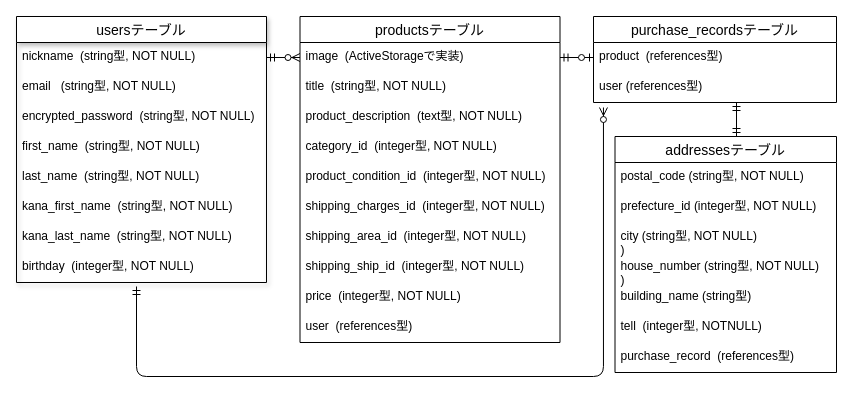
Before: page "ページ1" (1 of 2) of furima_ER.dio in hana-0612/furima-36029, a draw.io diagram. Source tidied: cells renumbered, new cells numbered last; positions are measured from the earlier drawing's top-left corner, leaving out a move shared by most shapes. Both pictures are drawn from the tidied source at 100%, with x=0, y=0 at pixel (16, 16).
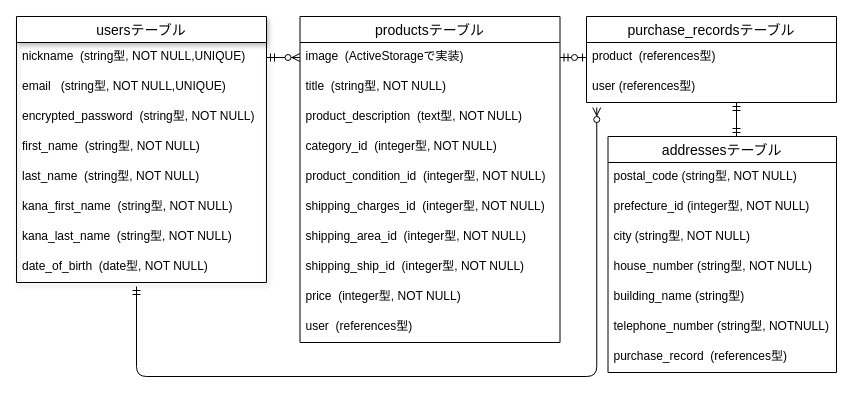
Above is the later version.

Commit message (it also covers changes not shown here):
デーベース設計修正２

生年月日、電話番号の表記とoption、emailのoptionの修正。

The change refers to these unchanged cells:
```xml
<mxCell id="2" value="usersテーブル" style="swimlane;fontStyle=0;horizontal=1;startSize=26;align=center;fontSize=14;shadow=1;verticalAlign=middle;" parent="1" vertex="1">
  <mxGeometry width="250" height="266" as="geometry" />
</mxCell>
```

The edit, as a diff of the source:
```diff
@@
-    <mxCell id="3" value="nickname  (string型, NOT NULL)" style="text;strokeColor=none;fillColor=none;spacingLeft=4;spacingRight=4;overflow=hidden;points=[[0,0.5],[1,0.5]];portConstraint=eastwest;fontSize=12;" parent="2" vertex="1">
+    <mxCell id="3" value="nickname  (string型, NOT NULL,UNIQUE)" style="text;strokeColor=none;fillColor=none;spacingLeft=4;spacingRight=4;overflow=hidden;points=[[0,0.5],[1,0.5]];portConstraint=eastwest;fontSize=12;" parent="2" vertex="1">
       <mxGeometry y="26" width="250" height="30" as="geometry" />
     </mxCell>
-    <mxCell id="4" value="email   (string型, NOT NULL)" style="text;strokeColor=none;fillColor=none;spacingLeft=4;spacingRight=4;overflow=hidden;fontSize=12;" parent="2" vertex="1">
+    <mxCell id="4" value="email   (string型, NOT NULL,UNIQUE)" style="text;strokeColor=none;fillColor=none;spacingLeft=4;spacingRight=4;overflow=hidden;fontSize=12;" parent="2" vertex="1">
       <mxGeometry y="56" width="250" height="30" as="geometry" />
     </mxCell>
@@
-    <mxCell id="10" value="birthday  (integer型, NOT NULL)" style="text;strokeColor=none;fillColor=none;spacingLeft=4;spacingRight=4;overflow=hidden;fontSize=12;" parent="2" vertex="1">
+    <mxCell id="10" value="date_of_birth  (date型, NOT NULL)" style="text;strokeColor=none;fillColor=none;spacingLeft=4;spacingRight=4;overflow=hidden;fontSize=12;" parent="2" vertex="1">
       <mxGeometry y="236" width="250" height="30" as="geometry" />
     </mxCell>
@@
     <mxCell id="22" value="purchase_recordsテーブル" style="swimlane;fontStyle=0;horizontal=1;startSize=26;align=center;fontSize=14;fillColor=none;gradientColor=none;" parent="1" vertex="1">
-      <mxGeometry x="577" width="243" height="86" as="geometry" />
+      <mxGeometry x="570" width="250" height="86" as="geometry" />
     </mxCell>
     <mxCell id="23" value="product  (references型)" style="text;strokeColor=none;fillColor=none;spacingLeft=4;spacingRight=4;overflow=hidden;points=[[0,0.5],[1,0.5]];portConstraint=eastwest;fontSize=12;" parent="22" vertex="1">
-      <mxGeometry y="26" width="243" height="30" as="geometry" />
+      <mxGeometry y="26" width="250" height="30" as="geometry" />
     </mxCell>
     <mxCell id="24" value="user (references型)" style="text;strokeColor=none;fillColor=none;spacingLeft=4;spacingRight=4;overflow=hidden;points=[[0,0.5],[1,0.5]];portConstraint=eastwest;fontSize=12;" parent="22" vertex="1">
-      <mxGeometry y="56" width="243" height="30" as="geometry" />
+      <mxGeometry y="56" width="250" height="30" as="geometry" />
     </mxCell>
     <mxCell id="25" value="addressesテーブル" style="swimlane;fontStyle=0;horizontal=1;startSize=26;align=center;fontSize=14;fillColor=none;gradientColor=none;" parent="1" vertex="1">
-      <mxGeometry x="598.5" y="120" width="221.5" height="236" as="geometry" />
+      <mxGeometry x="591.5" y="120" width="228.5" height="236" as="geometry" />
     </mxCell>
     <mxCell id="26" value="postal_code (string型, NOT NULL)" style="text;strokeColor=none;fillColor=none;spacingLeft=4;spacingRight=4;overflow=hidden;fontSize=12;" parent="25" vertex="1">
-      <mxGeometry y="26" width="221.5" height="30" as="geometry" />
+      <mxGeometry y="26" width="228.5" height="30" as="geometry" />
     </mxCell>
     <mxCell id="27" value="prefecture_id (integer型, NOT NULL)" style="text;strokeColor=none;fillColor=none;spacingLeft=4;spacingRight=4;overflow=hidden;fontSize=12;" parent="25" vertex="1">
-      <mxGeometry y="56" width="221.5" height="30" as="geometry" />
+      <mxGeometry y="56" width="228.5" height="30" as="geometry" />
     </mxCell>
-    <mxCell id="28" value="city (string型, NOT NULL)&#10;)" style="text;strokeColor=none;fillColor=none;spacingLeft=4;spacingRight=4;overflow=hidden;fontSize=12;" parent="25" vertex="1">
-      <mxGeometry y="86" width="221.5" height="30" as="geometry" />
+    <mxCell id="28" value="city (string型, NOT NULL)" style="text;strokeColor=none;fillColor=none;spacingLeft=4;spacingRight=4;overflow=hidden;fontSize=12;" parent="25" vertex="1">
+      <mxGeometry y="86" width="228.5" height="30" as="geometry" />
     </mxCell>
-    <mxCell id="29" value="house_number (string型, NOT NULL)&#10;)" style="text;strokeColor=none;fillColor=none;spacingLeft=4;spacingRight=4;overflow=hidden;fontSize=12;" parent="25" vertex="1">
-      <mxGeometry y="116" width="221.5" height="30" as="geometry" />
+    <mxCell id="29" value="house_number (string型, NOT NULL)" style="text;strokeColor=none;fillColor=none;spacingLeft=4;spacingRight=4;overflow=hidden;fontSize=12;" parent="25" vertex="1">
+      <mxGeometry y="116" width="228.5" height="30" as="geometry" />
     </mxCell>
     <mxCell id="30" value="building_name (string型)" style="text;strokeColor=none;fillColor=none;spacingLeft=4;spacingRight=4;overflow=hidden;fontSize=12;" parent="25" vertex="1">
-      <mxGeometry y="146" width="221.5" height="30" as="geometry" />
+      <mxGeometry y="146" width="228.5" height="30" as="geometry" />
     </mxCell>
-    <mxCell id="31" value="tell  (integer型, NOTNULL)" style="text;strokeColor=none;fillColor=none;spacingLeft=4;spacingRight=4;overflow=hidden;fontSize=12;" parent="25" vertex="1">
-      <mxGeometry y="176" width="221.5" height="30" as="geometry" />
+    <mxCell id="31" value="telephone_number (string型, NOTNULL)" style="text;strokeColor=none;fillColor=none;spacingLeft=4;spacingRight=4;overflow=hidden;fontSize=12;" parent="25" vertex="1">
+      <mxGeometry y="176" width="228.5" height="30" as="geometry" />
     </mxCell>
     <mxCell id="32" value="purchase_record  (references型)" style="text;strokeColor=none;fillColor=none;spacingLeft=4;spacingRight=4;overflow=hidden;fontSize=12;" parent="25" vertex="1">
-      <mxGeometry y="206" width="221.5" height="30" as="geometry" />
+      <mxGeometry y="206" width="228.5" height="30" as="geometry" />
     </mxCell>
```
